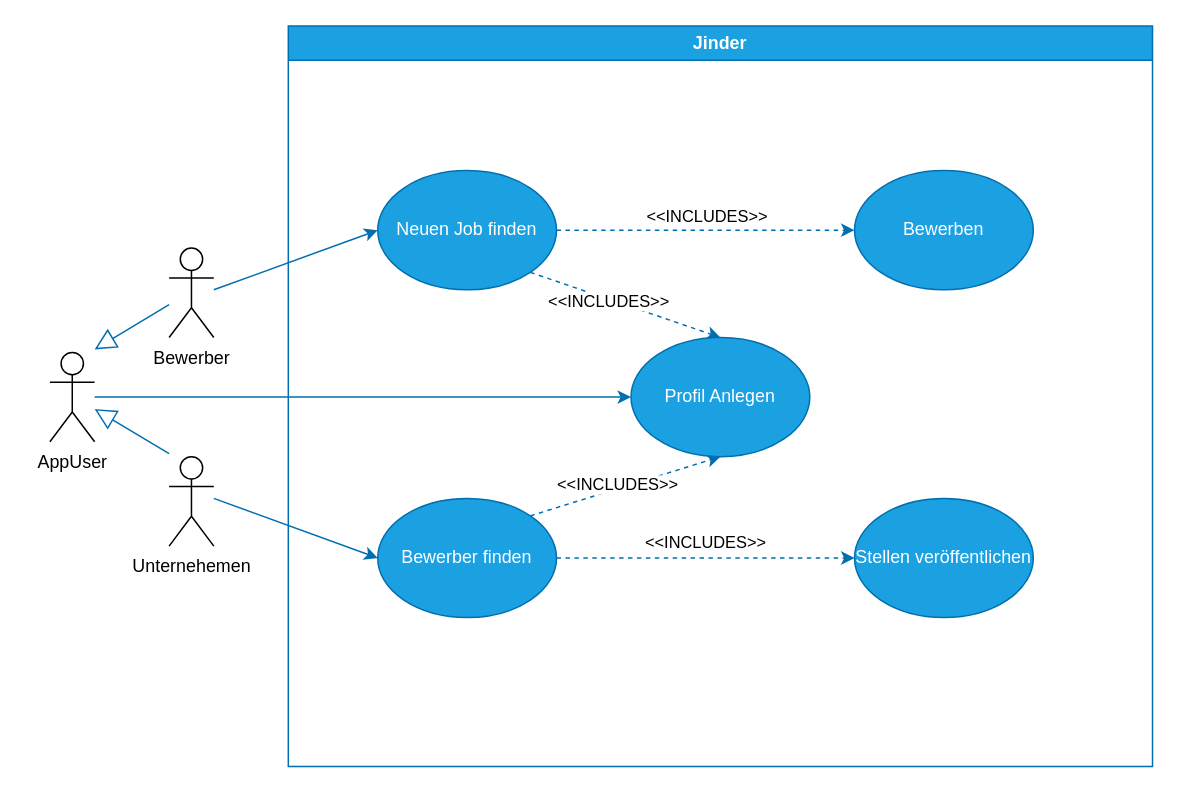
tnutzmann/JeeBewerbungsTool keeps this draw.io diagram as page "Anwendungsfalldiagramm" (2 of 3) of presentations/ERM.drawio. Above is the earlier version. Source tidied: cells renumbered, new cells numbered last; positions are measured from the earlier drawing's top-left corner, leaving out a move shared by most shapes. Both pictures are drawn from the tidied source at 149%, with x=0, y=0 at pixel (49, 25).
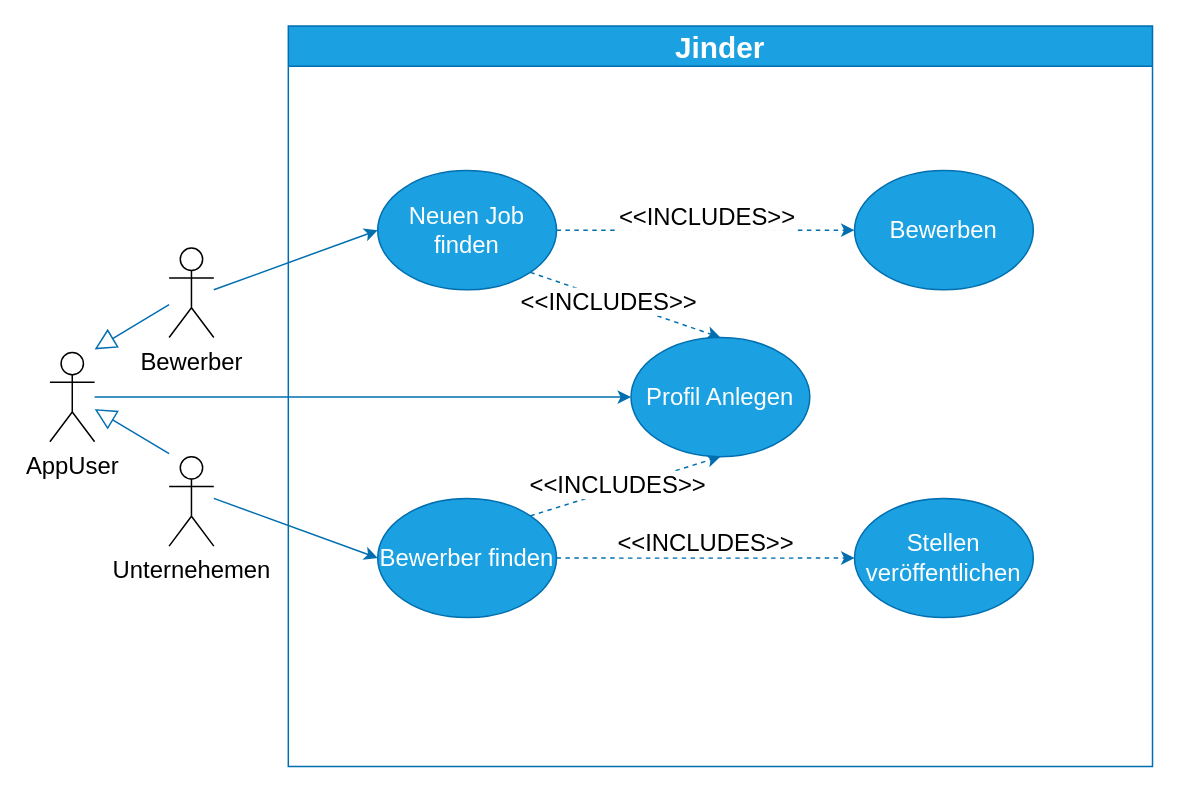
The same page after the edit.

The change refers to these unchanged cells:
```xml
<mxCell id="8" style="edgeStyle=none;html=1;exitX=1;exitY=0.5;exitDx=0;exitDy=0;entryX=0;entryY=0.5;entryDx=0;entryDy=0;dashed=1;fillColor=#1ba1e2;strokeColor=#006EAF;" parent="6" edge="1" source="12" target="7">
  <mxGeometry relative="1" as="geometry" />
</mxCell>
<mxCell id="10" style="edgeStyle=none;html=1;exitX=1;exitY=1;exitDx=0;exitDy=0;entryX=0.5;entryY=0;entryDx=0;entryDy=0;dashed=1;fillColor=#1ba1e2;strokeColor=#006EAF;" parent="6" edge="1" source="12" target="18">
  <mxGeometry relative="1" as="geometry" />
</mxCell>
<mxCell id="15" style="edgeStyle=none;html=1;exitX=1;exitY=0;exitDx=0;exitDy=0;entryX=0.5;entryY=1;entryDx=0;entryDy=0;dashed=1;fillColor=#1ba1e2;strokeColor=#006EAF;" parent="6" edge="1" source="17" target="18">
  <mxGeometry relative="1" as="geometry" />
</mxCell>
```

Change to the diagram source:
```diff
@@
-    <mxCell id="3" value="Bewerber" style="shape=umlActor;verticalLabelPosition=bottom;verticalAlign=top;html=1;" parent="1" vertex="1">
+    <mxCell id="3" value="Bewerber" style="shape=umlActor;verticalLabelPosition=bottom;verticalAlign=top;html=1;fontSize=16;" parent="1" vertex="1">
       <mxGeometry x="80" y="149" width="30" height="60" as="geometry" />
     </mxCell>
@@
-    <mxCell id="5" value="Unternehemen" style="shape=umlActor;verticalLabelPosition=bottom;verticalAlign=top;html=1;" parent="1" vertex="1">
+    <mxCell id="5" value="Unternehemen" style="shape=umlActor;verticalLabelPosition=bottom;verticalAlign=top;html=1;fontSize=16;" parent="1" vertex="1">
       <mxGeometry x="80" y="289" width="30" height="60" as="geometry" />
     </mxCell>
-    <mxCell id="6" value="Jinder" style="swimlane;whiteSpace=wrap;html=1;fillColor=#1ba1e2;fontColor=#ffffff;strokeColor=#006EAF;" parent="1" vertex="1">
+    <mxCell id="6" value="Jinder" style="swimlane;whiteSpace=wrap;html=1;fillColor=#1ba1e2;fontColor=#ffffff;strokeColor=#006EAF;fontSize=20;startSize=27;" parent="1" vertex="1">
       <mxGeometry x="160" width="580" height="497" as="geometry" />
     </mxCell>
-    <mxCell id="7" value="Bewerben" style="ellipse;whiteSpace=wrap;html=1;fillColor=#1ba1e2;fontColor=#ffffff;strokeColor=#006EAF;" parent="6" vertex="1">
+    <mxCell id="7" value="Bewerben" style="ellipse;whiteSpace=wrap;html=1;fillColor=#1ba1e2;fontColor=#ffffff;strokeColor=#006EAF;fontSize=16;" parent="6" vertex="1">
       <mxGeometry x="380" y="97" width="120" height="80" as="geometry" />
     </mxCell>
@@
-    <mxCell id="9" value="&amp;lt;&amp;lt;INCLUDES&amp;gt;&amp;gt;" style="edgeLabel;html=1;align=center;verticalAlign=middle;" parent="8" vertex="1">
+    <mxCell id="9" value="&amp;lt;&amp;lt;INCLUDES&amp;gt;&amp;gt;" style="edgeLabel;html=1;align=center;verticalAlign=middle;fontSize=16;" parent="8" vertex="1">
       <mxGeometry x="-0.21" relative="1" as="geometry">
         <mxPoint x="21" y="-10" as="offset" />
       </mxGeometry>
     </mxCell>
@@
-    <mxCell id="11" value="&amp;lt;&amp;lt;INCLUDES&amp;gt;&amp;gt;" style="edgeLabel;html=1;align=center;verticalAlign=middle;" parent="10" vertex="1">
+    <mxCell id="11" value="&amp;lt;&amp;lt;INCLUDES&amp;gt;&amp;gt;" style="edgeLabel;html=1;align=center;verticalAlign=middle;fontSize=16;" parent="10" vertex="1">
       <mxGeometry x="-0.19" y="-1" relative="1" as="geometry" />
     </mxCell>
-    <mxCell id="12" value="Neuen Job finden" style="ellipse;whiteSpace=wrap;html=1;fillColor=#1ba1e2;fontColor=#ffffff;strokeColor=#006EAF;" parent="6" vertex="1">
+    <mxCell id="12" value="Neuen Job finden" style="ellipse;whiteSpace=wrap;html=1;fillColor=#1ba1e2;fontColor=#ffffff;strokeColor=#006EAF;fontSize=16;" parent="6" vertex="1">
       <mxGeometry x="60" y="97" width="120" height="80" as="geometry" />
     </mxCell>
-    <mxCell id="13" value="Stellen veröffentlichen" style="ellipse;whiteSpace=wrap;html=1;fillColor=#1ba1e2;fontColor=#ffffff;strokeColor=#006EAF;" parent="6" vertex="1">
+    <mxCell id="13" value="Stellen veröffentlichen" style="ellipse;whiteSpace=wrap;html=1;fillColor=#1ba1e2;fontColor=#ffffff;strokeColor=#006EAF;fontSize=16;" parent="6" vertex="1">
       <mxGeometry x="380" y="317" width="120" height="80" as="geometry" />
     </mxCell>
-    <mxCell id="14" value="&amp;lt;&amp;lt;INCLUDES&amp;gt;&amp;gt;" style="edgeStyle=none;html=1;exitX=1;exitY=0.5;exitDx=0;exitDy=0;entryX=0;entryY=0.5;entryDx=0;entryDy=0;dashed=1;fillColor=#1ba1e2;strokeColor=#006EAF;" parent="6" edge="1" source="17" target="13">
+    <mxCell id="14" value="&amp;lt;&amp;lt;INCLUDES&amp;gt;&amp;gt;" style="edgeStyle=none;html=1;exitX=1;exitY=0.5;exitDx=0;exitDy=0;entryX=0;entryY=0.5;entryDx=0;entryDy=0;dashed=1;fillColor=#1ba1e2;strokeColor=#006EAF;fontSize=16;" parent="6" edge="1" source="17" target="13">
       <mxGeometry y="10" relative="1" as="geometry" />
     </mxCell>
@@
-    <mxCell id="16" value="&amp;lt;&amp;lt;INCLUDES&amp;gt;&amp;gt;" style="edgeLabel;html=1;align=center;verticalAlign=middle;" parent="15" vertex="1">
+    <mxCell id="16" value="&amp;lt;&amp;lt;INCLUDES&amp;gt;&amp;gt;" style="edgeLabel;html=1;align=center;verticalAlign=middle;fontSize=16;" parent="15" vertex="1">
       <mxGeometry x="-0.24" y="-4" relative="1" as="geometry">
         <mxPoint x="8" y="-10" as="offset" />
       </mxGeometry>
     </mxCell>
-    <mxCell id="17" value="Bewerber finden" style="ellipse;whiteSpace=wrap;html=1;fillColor=#1ba1e2;fontColor=#ffffff;strokeColor=#006EAF;" parent="6" vertex="1">
+    <mxCell id="17" value="Bewerber finden" style="ellipse;whiteSpace=wrap;html=1;fillColor=#1ba1e2;fontColor=#ffffff;strokeColor=#006EAF;fontSize=16;" parent="6" vertex="1">
       <mxGeometry x="60" y="317" width="120" height="80" as="geometry" />
     </mxCell>
-    <mxCell id="18" value="Profil Anlegen" style="ellipse;whiteSpace=wrap;html=1;fillColor=#1ba1e2;fontColor=#ffffff;strokeColor=#006EAF;" parent="6" vertex="1">
+    <mxCell id="18" value="Profil Anlegen" style="ellipse;whiteSpace=wrap;html=1;fillColor=#1ba1e2;fontColor=#ffffff;strokeColor=#006EAF;fontSize=16;" parent="6" vertex="1">
       <mxGeometry x="230" y="209" width="120" height="80" as="geometry" />
     </mxCell>
@@
-    <mxCell id="22" value="AppUser" style="shape=umlActor;verticalLabelPosition=bottom;verticalAlign=top;html=1;" parent="1" vertex="1">
+    <mxCell id="22" value="AppUser" style="shape=umlActor;verticalLabelPosition=bottom;verticalAlign=top;html=1;fontSize=16;" parent="1" vertex="1">
       <mxGeometry y="219" width="30" height="60" as="geometry" />
     </mxCell>
```
